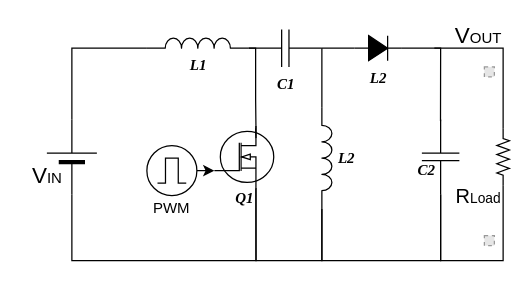
Before: diagram/sepic.drawio in huhu6608/3Paths_UPS, a draw.io diagram. Source tidied: cells renumbered, new cells numbered last; positions are measured from the earlier drawing's top-left corner, leaving out a move shared by most shapes. Both pictures are drawn from the tidied source at 125%, with x=0, y=0 at pixel (21, 22). Pictures stored in the file or linked from it are replaced by grey dashed boxes.
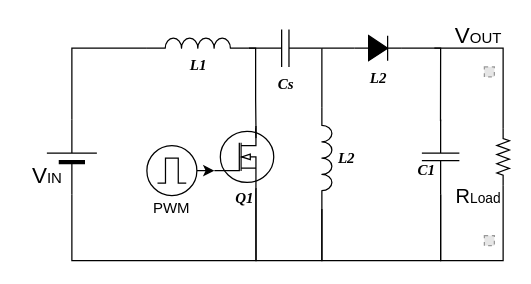
The same diagram, later.

What changed in the source:
```diff
@@
-    <mxCell id="26" value="&lt;font face=&quot;Times New Roman&quot;&gt;&lt;i&gt;&lt;b&gt;C1&lt;/b&gt;&lt;/i&gt;&lt;/font&gt;" style="verticalLabelPosition=bottom;shadow=0;dashed=0;align=center;html=1;verticalAlign=top;shape=mxgraph.electrical.capacitors.capacitor_1;" parent="1" vertex="1">
+    <mxCell id="26" value="&lt;font face=&quot;Times New Roman&quot;&gt;&lt;i&gt;&lt;b&gt;Cs&lt;/b&gt;&lt;/i&gt;&lt;/font&gt;" style="verticalLabelPosition=bottom;shadow=0;dashed=0;align=center;html=1;verticalAlign=top;shape=mxgraph.electrical.capacitors.capacitor_1;" parent="1" vertex="1">
       <mxGeometry x="181.5" y="5" width="58.5" height="30" as="geometry" />
     </mxCell>
@@
-    <mxCell id="30" value="&lt;font face=&quot;Times New Roman&quot;&gt;&lt;i&gt;&lt;b&gt;C2&lt;/b&gt;&lt;/i&gt;&lt;/font&gt;" style="text;html=1;strokeColor=none;fillColor=none;align=center;verticalAlign=middle;whiteSpace=wrap;rounded=0;" parent="1" vertex="1">
+    <mxCell id="30" value="&lt;font face=&quot;Times New Roman&quot;&gt;&lt;i&gt;&lt;b&gt;C1&lt;/b&gt;&lt;/i&gt;&lt;/font&gt;" style="text;html=1;strokeColor=none;fillColor=none;align=center;verticalAlign=middle;whiteSpace=wrap;rounded=0;" parent="1" vertex="1">
       <mxGeometry x="304" y="108" width="40" height="20" as="geometry" />
     </mxCell>
```
